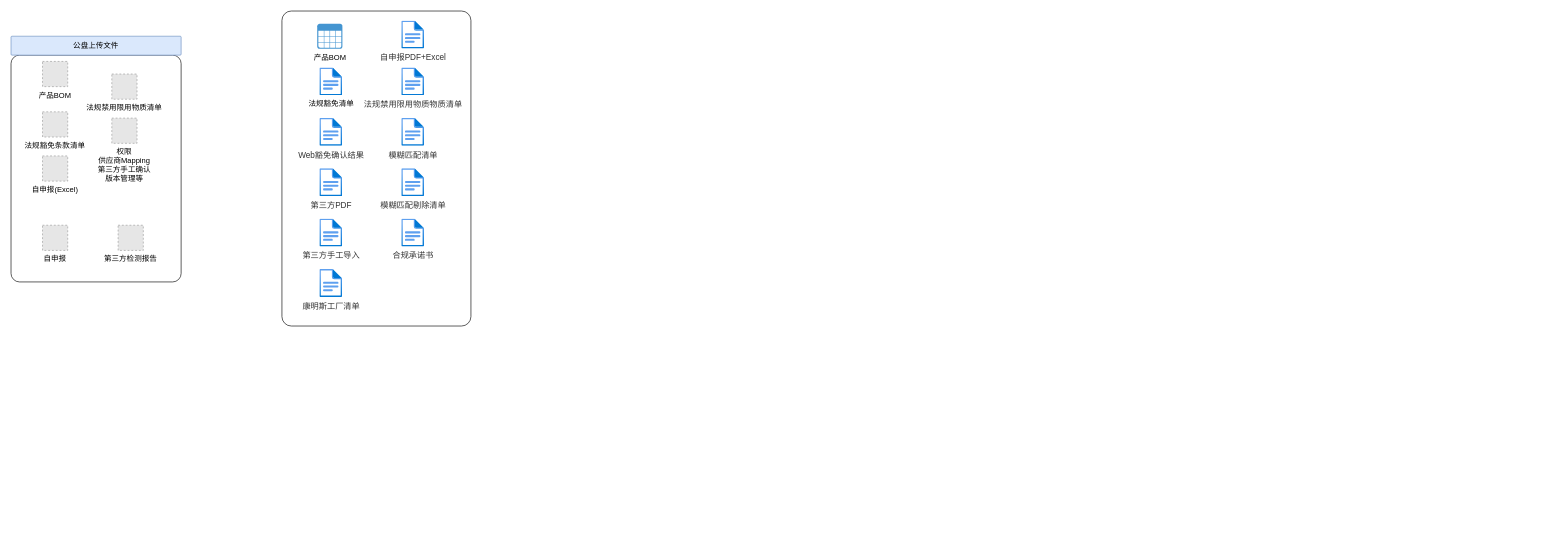
newforesee/test keeps this draw.io diagram as 未命名绘图.drawio. Above is the earlier version. Source tidied: cells renumbered, new cells numbered last; positions are measured from the earlier drawing's top-left corner, leaving out a move shared by most shapes. Both pictures are drawn from the tidied source at 63%, with x=0, y=0 at pixel (11, 11). Pictures stored in the file or linked from it are replaced by grey dashed boxes.
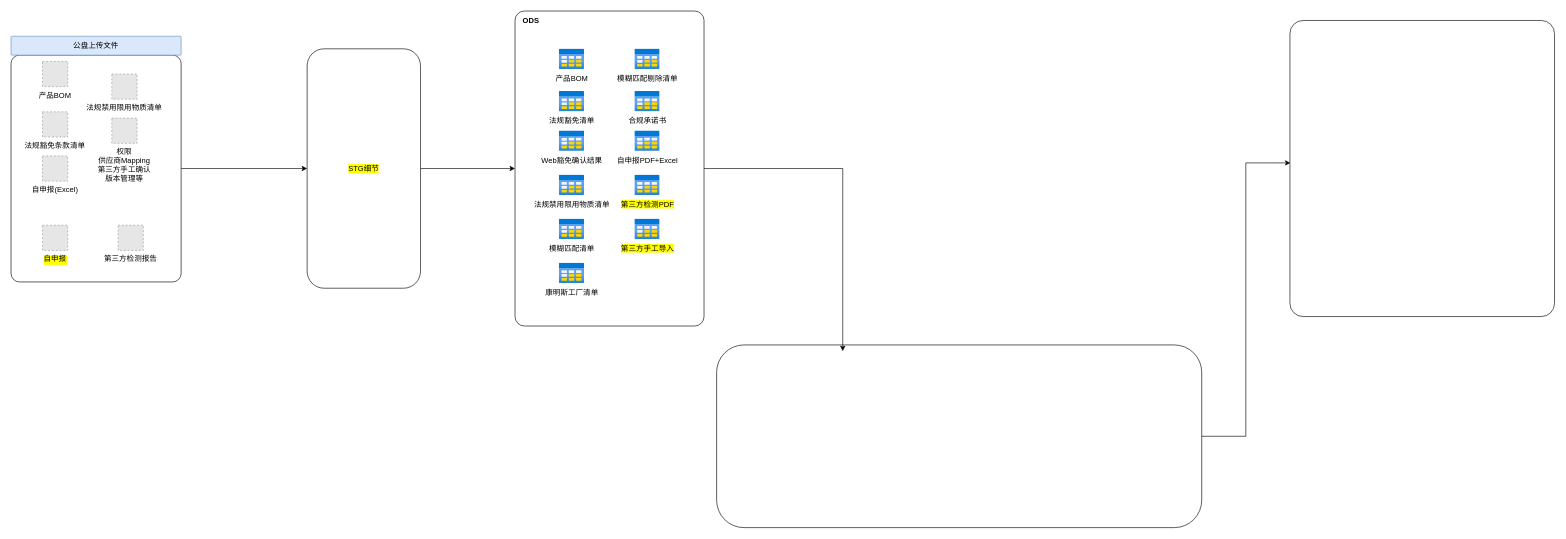
After the change.

Commit message (it also covers changes not shown here):
更新未命名绘图.drawio

Unchanged cells that the change refers to:
```xml
<mxCell id="3" style="rounded=1;whiteSpace=wrap;html=1;arcSize=5;" parent="1" vertex="1">
  <mxGeometry y="70" width="270" height="360" as="geometry" />
</mxCell>
```

Change to the diagram source:
```diff
@@
-    <mxCell id="2" style="rounded=1;whiteSpace=wrap;html=1;arcSize=5;" parent="1" vertex="1">
-      <mxGeometry x="430" width="300" height="500" as="geometry" />
-    </mxCell>
+    <mxCell id="23" style="edgeStyle=orthogonalEdgeStyle;rounded=0;jettySize=auto;html=1;" parent="1" edge="1" source="3" target="29">
+      <mxGeometry relative="1" as="geometry" />
+    </mxCell>
@@
-    <mxCell id="9" value="自申报" style="fillColor=#E6E6E6;strokeColor=#999999;dashed=1;verticalLabelPosition=bottom;labelBackgroundColor=#ffffff;verticalAlign=top;" parent="1" vertex="1">
+    <mxCell id="9" value="自申报" style="fillColor=#E6E6E6;strokeColor=#999999;dashed=1;verticalLabelPosition=bottom;labelBackgroundColor=#FFFF00;verticalAlign=top;" parent="1" vertex="1">
       <mxGeometry x="50" y="340" width="40" height="40" as="geometry" />
     </mxCell>
@@
+    <mxCell id="24" style="group;" parent="1" vertex="1">
+      <mxGeometry x="800" width="300" height="500" as="geometry" />
+    </mxCell>
+    <mxCell id="2" style="rounded=1;whiteSpace=wrap;html=1;arcSize=5;" parent="24" vertex="1">
+      <mxGeometry width="300" height="500" as="geometry" />
+    </mxCell>
+    <mxCell id="25" value="第三方检测PDF" style="html=1;align=center;image;fontSize=12;image=img/lib/azure2/general/Table.svg;labelBackgroundColor=#FFFF00;" parent="24" vertex="1">
+      <mxGeometry x="190" y="260" width="40" height="32.6" as="geometry" />
+    </mxCell>
+    <mxCell id="17" value="自申报PDF+Excel" style="html=1;align=center;image;fontSize=12;image=img/lib/azure2/general/Table.svg;" parent="24" vertex="1">
+      <mxGeometry x="190" y="190" width="40" height="32.6" as="geometry" />
+    </mxCell>
+    <mxCell id="21" value="合规承诺书" style="html=1;align=center;image;fontSize=12;image=img/lib/azure2/general/Table.svg;" parent="24" vertex="1">
+      <mxGeometry x="190" y="127.4" width="40" height="32.6" as="geometry" />
+    </mxCell>
+    <mxCell id="20" value="模糊匹配剔除清单" style="html=1;align=center;image;fontSize=12;image=img/lib/azure2/general/Table.svg;" parent="24" vertex="1">
+      <mxGeometry x="190" y="60" width="40" height="32.6" as="geometry" />
+    </mxCell>
+    <mxCell id="19" value="模糊匹配清单" style="html=1;align=center;image;fontSize=12;image=img/lib/azure2/general/Table.svg;" parent="24" vertex="1">
+      <mxGeometry x="70" y="330" width="40" height="32.6" as="geometry" />
+    </mxCell>
+    <mxCell id="26" value="法规禁用限用物质清单" style="html=1;align=center;image;fontSize=12;image=img/lib/azure2/general/Table.svg;" parent="24" vertex="1">
+      <mxGeometry x="70" y="260" width="40" height="32.6" as="geometry" />
+    </mxCell>
+    <mxCell id="13" value="Web豁免确认结果" style="html=1;align=center;image;fontSize=12;image=img/lib/azure2/general/Table.svg;" parent="24" vertex="1">
+      <mxGeometry x="70" y="190" width="40" height="32.6" as="geometry" />
+    </mxCell>
-    <mxCell id="12" value="法规豁免清单" style="html=1;align=center;image;fontSize=12;image=img/lib/azure2/general/File.svg;" parent="1" vertex="1">
-      <mxGeometry x="490" y="90" width="36" height="44.4" as="geometry" />
+    <mxCell id="12" value="法规豁免清单" style="html=1;align=center;image;fontSize=12;image=img/lib/azure2/general/Table.svg;" parent="24" vertex="1">
+      <mxGeometry x="70" y="127.4" width="40" height="32.6" as="geometry" />
     </mxCell>
-    <mxCell id="13" value="&lt;span style=&quot;color: rgb(50, 50, 50); font-family: 微软雅黑; font-size: 13px; background-color: rgba(255, 255, 255, 0.01);&quot;&gt;Web豁免确认结果&lt;/span&gt;" style="html=1;align=center;image;fontSize=12;image=img/lib/azure2/general/File.svg;" parent="1" vertex="1">
-      <mxGeometry x="490" y="170" width="36" height="44.4" as="geometry" />
-    </mxCell>
-    <mxCell id="14" value="&lt;span style=&quot;color: rgb(50, 50, 50); font-family: 微软雅黑; font-size: 13px; background-color: rgba(255, 255, 255, 0.01);&quot;&gt;第三方PDF&lt;/span&gt;" style="html=1;align=center;image;fontSize=12;image=img/lib/azure2/general/File.svg;" parent="1" vertex="1">
-      <mxGeometry x="490" y="250" width="36" height="44.4" as="geometry" />
-    </mxCell>
+    <mxCell id="22" value="产品BOM" style="html=1;align=center;image;fontSize=12;image=img/lib/azure2/general/Table.svg;" parent="24" vertex="1">
+      <mxGeometry x="70" y="60" width="40" height="32.6" as="geometry" />
+    </mxCell>
-    <mxCell id="15" value="&lt;span style=&quot;color: rgb(50, 50, 50); font-family: 微软雅黑; font-size: 13px; background-color: rgba(255, 255, 255, 0.01);&quot;&gt;第三方手工导入&lt;/span&gt;" style="html=1;align=center;image;fontSize=12;image=img/lib/azure2/general/File.svg;" parent="1" vertex="1">
-      <mxGeometry x="490" y="330" width="36" height="44.4" as="geometry" />
+    <mxCell id="15" value="第三方手工导入" style="html=1;align=center;image;fontSize=12;image=img/lib/azure2/general/Table.svg;labelBackgroundColor=#FFFF00;" parent="24" vertex="1">
+      <mxGeometry x="190" y="330" width="40" height="32.6" as="geometry" />
     </mxCell>
-    <mxCell id="16" value="&lt;span style=&quot;color: rgb(50, 50, 50); font-family: 微软雅黑; font-size: 13px; background-color: rgba(255, 255, 255, 0.01);&quot;&gt;康明斯工厂清单&lt;/span&gt;" style="html=1;align=center;image;fontSize=12;image=img/lib/azure2/general/File.svg;" parent="1" vertex="1">
-      <mxGeometry x="490" y="410" width="36" height="44.4" as="geometry" />
+    <mxCell id="16" value="康明斯工厂清单" style="html=1;align=center;image;fontSize=12;image=img/lib/azure2/general/Table.svg;" parent="24" vertex="1">
+      <mxGeometry x="70" y="400" width="40" height="32.6" as="geometry" />
     </mxCell>
-    <mxCell id="17" value="&lt;span style=&quot;color: rgb(50, 50, 50); font-family: 微软雅黑; font-size: 13px; background-color: rgba(255, 255, 255, 0.01);&quot;&gt;自申报PDF+Excel&lt;/span&gt;" style="html=1;align=center;image;fontSize=12;image=img/lib/azure2/general/File.svg;" parent="1" vertex="1">
-      <mxGeometry x="620" y="15.6" width="36" height="44.4" as="geometry" />
-    </mxCell>
-    <mxCell id="18" value="&lt;span style=&quot;color: rgb(50, 50, 50); font-family: 微软雅黑; font-size: 13px; background-color: rgba(255, 255, 255, 0.01);&quot;&gt;法规禁用限用物质物质清单&lt;/span&gt;" style="html=1;align=center;image;fontSize=12;image=img/lib/azure2/general/File.svg;" parent="1" vertex="1">
-      <mxGeometry x="620" y="90" width="36" height="44.4" as="geometry" />
-    </mxCell>
-    <mxCell id="19" value="&lt;span style=&quot;color: rgb(50, 50, 50); font-family: 微软雅黑; font-size: 13px; background-color: rgba(255, 255, 255, 0.01);&quot;&gt;模糊匹配清单&lt;/span&gt;" style="html=1;align=center;image;fontSize=12;image=img/lib/azure2/general/File.svg;" parent="1" vertex="1">
-      <mxGeometry x="620" y="170" width="36" height="44.4" as="geometry" />
-    </mxCell>
-    <mxCell id="20" value="&lt;span style=&quot;color: rgb(50, 50, 50); font-family: 微软雅黑; font-size: 13px; background-color: rgba(255, 255, 255, 0.01);&quot;&gt;模糊匹配剔除清单&lt;/span&gt;" style="html=1;align=center;image;fontSize=12;image=img/lib/azure2/general/File.svg;" parent="1" vertex="1">
-      <mxGeometry x="620" y="250" width="36" height="44.4" as="geometry" />
-    </mxCell>
-    <mxCell id="21" value="&lt;span style=&quot;color: rgb(50, 50, 50); font-family: 微软雅黑; font-size: 13px; background-color: rgba(255, 255, 255, 0.01);&quot;&gt;合规承诺书&lt;/span&gt;" style="html=1;align=center;image;fontSize=12;image=img/lib/azure2/general/File.svg;" parent="1" vertex="1">
-      <mxGeometry x="620" y="330" width="36" height="44.4" as="geometry" />
-    </mxCell>
-    <mxCell id="22" value="产品BOM" style="shadow=0;dashed=0;html=1;strokeColor=none;fillColor=#4495D1;labelPosition=center;verticalLabelPosition=bottom;verticalAlign=top;align=center;shape=mxgraph.veeam.table;" parent="1" vertex="1">
-      <mxGeometry x="486" y="20" width="40" height="40" as="geometry" />
-    </mxCell>
+    <mxCell id="27" value="ODS" style="text;html=1;align=center;verticalAlign=middle;strokeColor=none;fillColor=none;fontStyle=1;" parent="24" vertex="1">
+      <mxGeometry width="50" height="30" as="geometry" />
+    </mxCell>
+    <mxCell id="28" style="edgeStyle=orthogonalEdgeStyle;rounded=0;jettySize=auto;html=1;entryX=0;entryY=0.5;entryDx=0;entryDy=0;" parent="1" edge="1" source="29" target="2">
+      <mxGeometry relative="1" as="geometry" />
+    </mxCell>
+    <mxCell id="29" value="STG细节" style="rounded=1;whiteSpace=wrap;html=1;labelBackgroundColor=#FFFF00;" parent="1" vertex="1">
+      <mxGeometry x="470" y="60" width="180" height="380" as="geometry" />
+    </mxCell>
+    <mxCell id="30" style="edgeStyle=orthogonalEdgeStyle;rounded=0;jettySize=auto;html=1;entryX=0.002;entryY=0.481;entryDx=0;entryDy=0;entryPerimeter=0;" parent="1" edge="1" source="31" target="32">
+      <mxGeometry relative="1" as="geometry" />
+    </mxCell>
+    <mxCell id="31" style="rounded=1;whiteSpace=wrap;html=1;labelBackgroundColor=#FFFF00;" parent="1" vertex="1">
+      <mxGeometry x="1120" y="530" width="770" height="290" as="geometry" />
+    </mxCell>
+    <mxCell id="32" style="rounded=1;whiteSpace=wrap;html=1;labelBackgroundColor=#FFFF00;arcSize=5;" parent="1" vertex="1">
+      <mxGeometry x="2030" y="15" width="420" height="470" as="geometry" />
+    </mxCell>
+    <mxCell id="33" style="edgeStyle=orthogonalEdgeStyle;rounded=0;jettySize=auto;html=1;entryX=0.26;entryY=0.034;entryDx=0;entryDy=0;entryPerimeter=0;" parent="1" edge="1" source="2" target="31">
+      <mxGeometry relative="1" as="geometry" />
+    </mxCell>
```
